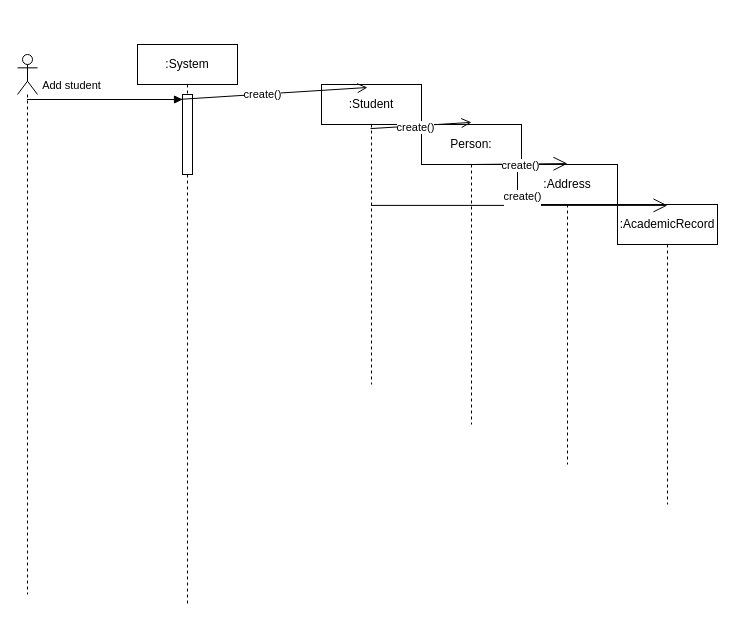
Before: doc/DiagrammeSequence.drawio in MelissaHOA/EXO_Gestion_Ecole, a draw.io diagram. Source tidied: cells renumbered, new cells numbered last; positions are measured from the earlier drawing's top-left corner, leaving out a move shared by most shapes. Both pictures are drawn from the tidied source at 100%, with x=0, y=0 at pixel (17, 44).
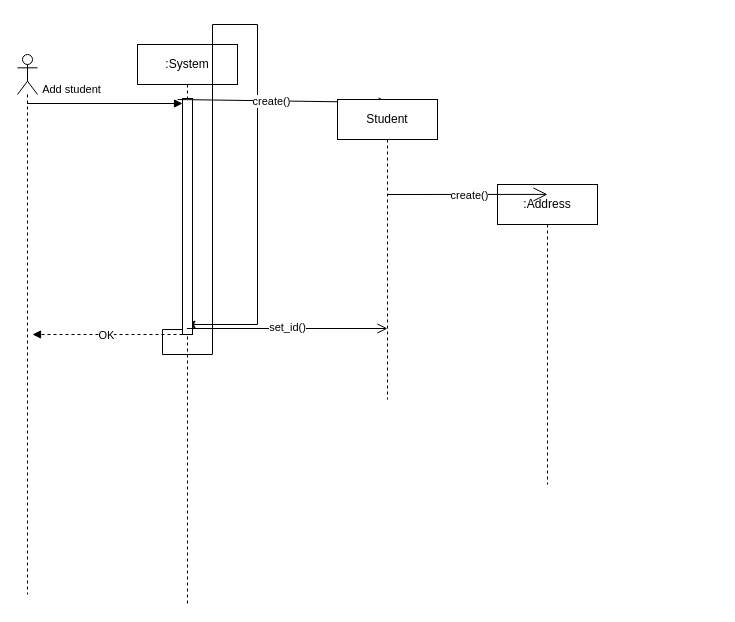
After the change.

Commit message:
Mettre à jour DiagrammeSequence.drawio

The change refers to these unchanged cells:
```xml
<mxCell id="3" value=":System" style="shape=umlLifeline;perimeter=lifelinePerimeter;whiteSpace=wrap;html=1;outlineConnect=0;portConstraint=eastwest;newEdgeStyle={&quot;curved&quot;:0,&quot;rounded&quot;:0};" parent="1" vertex="1">
  <mxGeometry x="120" width="100" height="560" as="geometry" />
</mxCell>
```

Change to the diagram source:
```diff
@@
+    <mxCell id="19" style="edgeStyle=orthogonalEdgeStyle;rounded=0;jettySize=auto;html=1;curved=0;exitX=0;exitY=1;exitDx=0;exitDy=-5;exitPerimeter=0;" parent="3" edge="1" source="4" target="3">
+      <mxGeometry relative="1" as="geometry" />
+    </mxCell>
     <mxCell id="4" style="html=1;points=[[0,0,0,0,5],[0,1,0,0,-5],[1,0,0,0,5],[1,1,0,0,-5]];perimeter=orthogonalPerimeter;outlineConnect=0;targetShapes=umlLifeline;portConstraint=eastwest;newEdgeStyle={&quot;curved&quot;:0,&quot;rounded&quot;:0};" parent="3" vertex="1">
-      <mxGeometry x="45" y="50" width="10" height="80" as="geometry" />
+      <mxGeometry x="45" y="54" width="10" height="236" as="geometry" />
     </mxCell>
@@
-    <mxCell id="6" value=":Student" style="shape=umlLifeline;perimeter=lifelinePerimeter;whiteSpace=wrap;html=1;outlineConnect=0;portConstraint=eastwest;newEdgeStyle={&quot;curved&quot;:0,&quot;rounded&quot;:0};" parent="1" vertex="1">
-      <mxGeometry x="304" y="40" width="100" height="300" as="geometry" />
-    </mxCell>
-    <mxCell id="7" value="Person:" style="shape=umlLifeline;perimeter=lifelinePerimeter;whiteSpace=wrap;html=1;outlineConnect=0;portConstraint=eastwest;newEdgeStyle={&quot;curved&quot;:0,&quot;rounded&quot;:0};" parent="1" vertex="1">
-      <mxGeometry x="404" y="80" width="100" height="300" as="geometry" />
-    </mxCell>
-    <mxCell id="8" style="endArrow=open;startArrow=none;endFill=0;startFill=0;endSize=8;html=1;verticalAlign=bottom;labelBackgroundColor=none;strokeWidth=1;rounded=0;exitX=0;exitY=0;exitDx=0;exitDy=5;exitPerimeter=0;entryX=0.51;entryY=0.01;entryDx=0;entryDy=0;entryPerimeter=0;" parent="1" edge="1">
-      <mxGeometry relative="1" as="geometry">
-        <mxPoint x="160" y="55" as="sourcePoint" />
-        <mxPoint x="350" y="43" as="targetPoint" />
-      </mxGeometry>
-    </mxCell>
-    <mxCell id="9" value="create()" style="edgeLabel;html=1;align=center;verticalAlign=middle;" parent="8" vertex="1">
-      <mxGeometry x="-0.11" relative="1" as="geometry" />
-    </mxCell>
-    <mxCell id="10" style="endArrow=open;startArrow=none;endFill=0;startFill=0;endSize=8;html=1;verticalAlign=bottom;labelBackgroundColor=none;strokeWidth=1;rounded=0;exitX=0.49;exitY=0.147;exitDx=0;exitDy=0;exitPerimeter=0;entryX=0.5;entryY=-0.007;entryDx=0;entryDy=0;entryPerimeter=0;" parent="1" edge="1" source="6" target="7">
-      <mxGeometry relative="1" as="geometry" />
-    </mxCell>
-    <mxCell id="11" value="&lt;div&gt;&lt;br/&gt;&lt;/div&gt;" style="edgeLabel;html=1;align=center;verticalAlign=middle;" parent="10" vertex="1">
-      <mxGeometry x="-0.02" y="-1" relative="1" as="geometry" />
-    </mxCell>
-    <mxCell id="12" value="create()" style="edgeLabel;html=1;align=center;verticalAlign=middle;" parent="10" vertex="1">
-      <mxGeometry x="-0.11" y="-1" relative="1" as="geometry" />
-    </mxCell>
     <mxCell id="13" value=":Address" style="shape=umlLifeline;perimeter=lifelinePerimeter;whiteSpace=wrap;html=1;outlineConnect=0;portConstraint=eastwest;newEdgeStyle={&quot;curved&quot;:0,&quot;rounded&quot;:0};" parent="1" vertex="1">
-      <mxGeometry x="500" y="120" width="100" height="300" as="geometry" />
+      <mxGeometry x="480" y="140" width="100" height="300" as="geometry" />
     </mxCell>
-    <mxCell id="14" style="endArrow=open;endFill=1;endSize=12;html=1;rounded=0;entryX=0.5;entryY=-0.003;entryDx=0;entryDy=0;entryPerimeter=0;" parent="1" edge="1" source="7" target="13">
-      <mxGeometry relative="1" as="geometry" />
+    <mxCell id="14" style="endArrow=open;endFill=1;endSize=12;html=1;rounded=0;entryX=0.5;entryY=0.033;entryDx=0;entryDy=0;entryPerimeter=0;" parent="1" edge="1" target="13">
+      <mxGeometry relative="1" as="geometry">
+        <mxPoint x="370" y="150" as="sourcePoint" />
+      </mxGeometry>
     </mxCell>
@@
-    <mxCell id="16" value=":AcademicRecord" style="shape=umlLifeline;perimeter=lifelinePerimeter;whiteSpace=wrap;html=1;outlineConnect=0;portConstraint=eastwest;newEdgeStyle={&quot;curved&quot;:0,&quot;rounded&quot;:0};" parent="1" vertex="1">
-      <mxGeometry x="600" y="160" width="100" height="300" as="geometry" />
-    </mxCell>
-    <mxCell id="17" style="endArrow=open;endFill=1;endSize=12;html=1;rounded=0;entryX=0.5;entryY=0.003;entryDx=0;entryDy=0;entryPerimeter=0;" parent="1" edge="1" source="6" target="16">
-      <mxGeometry relative="1" as="geometry" />
-    </mxCell>
-    <mxCell id="18" value="&lt;div&gt;create()&lt;/div&gt;&lt;div&gt;&lt;br&gt;&lt;/div&gt;" style="edgeLabel;html=1;align=center;verticalAlign=middle;" parent="17" vertex="1">
-      <mxGeometry x="0.01" y="2" relative="1" as="geometry">
-        <mxPoint x="1" as="offset" />
-      </mxGeometry>
-    </mxCell>
+    <mxCell id="20" style="endArrow=open;startArrow=none;endFill=0;startFill=0;endSize=8;html=1;verticalAlign=bottom;labelBackgroundColor=none;strokeWidth=1;rounded=0;exitX=0;exitY=0;exitDx=0;exitDy=5;exitPerimeter=0;entryX=0.51;entryY=0.01;entryDx=0;entryDy=0;entryPerimeter=0;" parent="1" edge="1" target="7">
+      <mxGeometry relative="1" as="geometry">
+        <mxPoint x="160" y="55" as="sourcePoint" />
+      </mxGeometry>
+    </mxCell>
+    <mxCell id="21" value="create()" style="edgeLabel;html=1;align=center;verticalAlign=middle;" parent="20" vertex="1">
+      <mxGeometry x="-0.11" relative="1" as="geometry" />
+    </mxCell>
+    <mxCell id="7" value="Student" style="shape=umlLifeline;perimeter=lifelinePerimeter;whiteSpace=wrap;html=1;outlineConnect=0;portConstraint=eastwest;newEdgeStyle={&quot;curved&quot;:0,&quot;rounded&quot;:0};" parent="1" vertex="1">
+      <mxGeometry x="320" y="55" width="100" height="300" as="geometry" />
+    </mxCell>
+    <mxCell id="22" style="endArrow=open;startArrow=none;endFill=0;startFill=0;endSize=8;html=1;verticalAlign=bottom;labelBackgroundColor=none;strokeWidth=1;rounded=0;" parent="1" edge="1">
+      <mxGeometry relative="1" as="geometry">
+        <mxPoint x="169.5" y="284" as="sourcePoint" />
+        <mxPoint x="370" y="284" as="targetPoint" />
+      </mxGeometry>
+    </mxCell>
+    <mxCell id="23" value="set_id()" style="edgeLabel;html=1;align=center;verticalAlign=middle;" parent="22" vertex="1">
+      <mxGeometry x="-0.01" y="2" relative="1" as="geometry">
+        <mxPoint x="1" as="offset" />
+      </mxGeometry>
+    </mxCell>
+    <mxCell id="24" style="html=1;verticalAlign=bottom;labelBackgroundColor=none;endArrow=block;endFill=1;dashed=1;rounded=0;" parent="1" edge="1">
+      <mxGeometry relative="1" as="geometry">
+        <mxPoint x="165" y="290" as="sourcePoint" />
+        <mxPoint x="15" y="290" as="targetPoint" />
+        <Array as="points">
+          <mxPoint x="75" y="290" />
+        </Array>
+      </mxGeometry>
+    </mxCell>
+    <mxCell id="25" value="OK" style="edgeLabel;html=1;align=center;verticalAlign=middle;" parent="24" vertex="1">
+      <mxGeometry x="0.03" relative="1" as="geometry" />
+    </mxCell>
```
